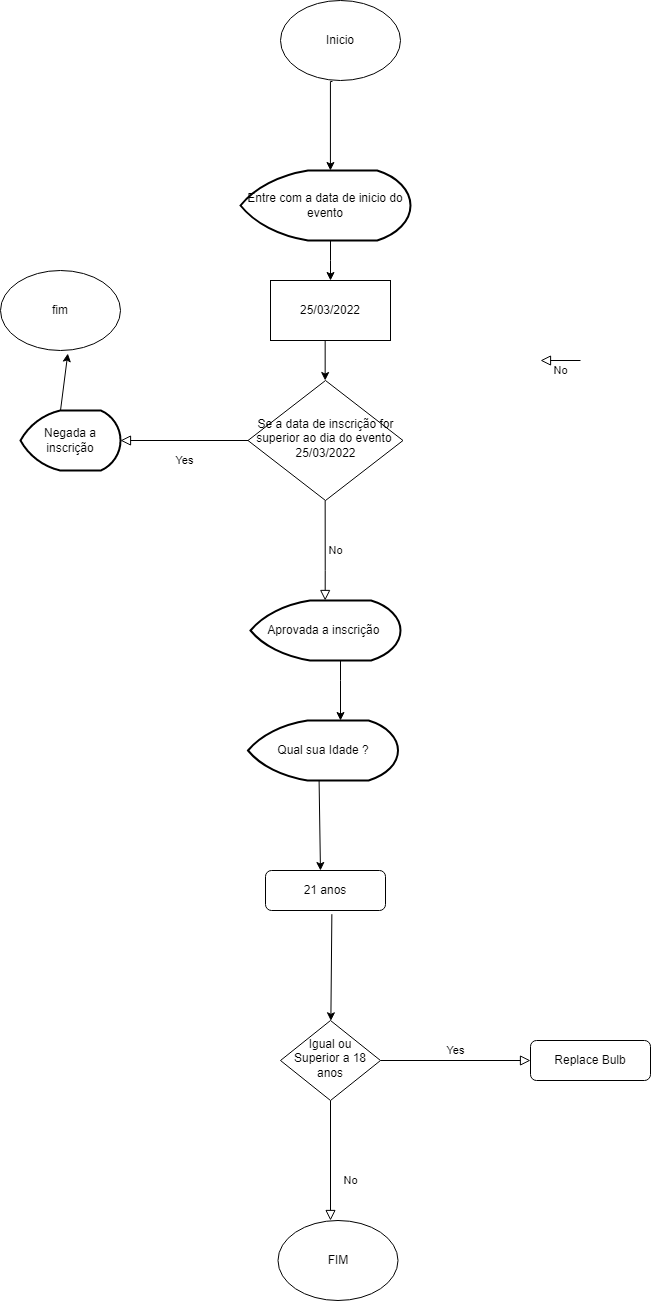
EvertonMDS/Fluxograma keeps this draw.io diagram as Untitled Diagram.drawio.png. Above is the earlier version. Source tidied: cells renumbered, new cells last; positions are measured from the earlier drawing's top-left corner, leaving out a move shared by most shapes.
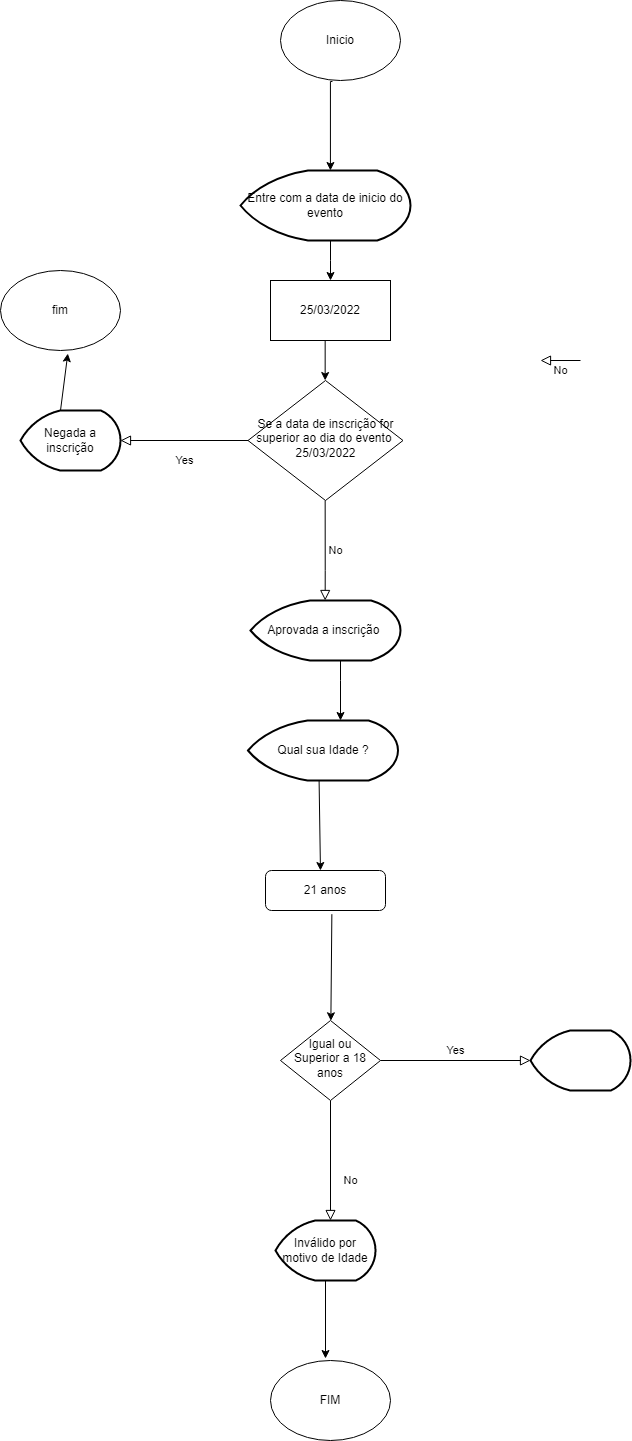
The same file after the commit.

What changed in the source:
```diff
@@ -10,15 +10,14 @@
         <mxPoint x="330" y="1220" as="targetPoint" />
       </mxGeometry>
     </mxCell>
-    <mxCell id="4" value="Yes" style="edgeStyle=orthogonalEdgeStyle;rounded=0;html=1;jettySize=auto;fontSize=11;endArrow=block;endFill=0;endSize=8;strokeWidth=1;shadow=0;labelBackgroundColor=none;entryX=0;entryY=0.5;entryDx=0;entryDy=0;" parent="1" edge="1" source="5" target="6">
-      <mxGeometry y="10" relative="1" as="geometry" />
+    <mxCell id="4" value="Yes" style="edgeStyle=orthogonalEdgeStyle;rounded=0;html=1;jettySize=auto;fontSize=11;endArrow=block;endFill=0;endSize=8;strokeWidth=1;shadow=0;labelBackgroundColor=none;entryX=0;entryY=0.5;entryDx=0;entryDy=0;" parent="1" edge="1" source="5">
+      <mxGeometry y="10" relative="1" as="geometry">
+        <mxPoint x="530" y="1060" as="targetPoint" />
+      </mxGeometry>
     </mxCell>
     <mxCell id="5" value="Igual ou Superior a 18 anos" style="rhombus;whiteSpace=wrap;html=1;shadow=0;fontFamily=Helvetica;fontSize=12;align=center;strokeWidth=1;spacing=6;spacingTop=-4;" parent="1" vertex="1">
       <mxGeometry x="280" y="1020" width="100" height="80" as="geometry" />
     </mxCell>
-    <mxCell id="6" value="Replace Bulb" style="rounded=1;whiteSpace=wrap;html=1;fontSize=12;glass=0;strokeWidth=1;shadow=0;" parent="1" vertex="1">
-      <mxGeometry x="530" y="1040" width="120" height="40" as="geometry" />
-    </mxCell>
     <mxCell id="7" value="Inicio" style="ellipse;whiteSpace=wrap;html=1;" parent="1" vertex="1">
       <mxGeometry x="280" width="120" height="80" as="geometry" />
     </mxCell>
@@ -100,7 +99,7 @@
       <mxGeometry x="247.5" y="720" width="150" height="60" as="geometry" />
     </mxCell>
     <mxCell id="22" value="FIM" style="ellipse;whiteSpace=wrap;html=1;" parent="1" vertex="1">
-      <mxGeometry x="277.5" y="1220" width="120" height="80" as="geometry" />
+      <mxGeometry x="270" y="1360" width="120" height="80" as="geometry" />
     </mxCell>
     <mxCell id="23" value="21 anos" style="rounded=1;whiteSpace=wrap;html=1;fontSize=12;glass=0;strokeWidth=1;shadow=0;" parent="1" vertex="1">
       <mxGeometry x="265" y="870" width="120" height="40" as="geometry" />
@@ -111,5 +110,16 @@
     <mxCell id="25" style="endArrow=classic;html=1;rounded=0;exitX=0.553;exitY=1.092;exitDx=0;exitDy=0;exitPerimeter=0;" parent="1" edge="1" source="23" target="5">
       <mxGeometry relative="1" as="geometry" />
     </mxCell>
+    <mxCell id="26" value="Inválido por motivo de Idade" style="strokeWidth=2;html=1;shape=mxgraph.flowchart.display;whiteSpace=wrap;" parent="1" vertex="1">
+      <mxGeometry x="275" y="1220" width="100" height="60" as="geometry" />
+    </mxCell>
+    <mxCell id="27" style="endArrow=classic;html=1;rounded=0;exitX=0.5;exitY=1;exitDx=0;exitDy=0;exitPerimeter=0;" parent="1" edge="1" source="26">
+      <mxGeometry relative="1" as="geometry">
+        <mxPoint x="325" y="1358" as="targetPoint" />
+      </mxGeometry>
+    </mxCell>
+    <mxCell id="28" style="strokeWidth=2;html=1;shape=mxgraph.flowchart.display;whiteSpace=wrap;" parent="1" vertex="1">
+      <mxGeometry x="530" y="1030" width="100" height="60" as="geometry" />
+    </mxCell>
   </root>
 </mxGraphModel>
```
